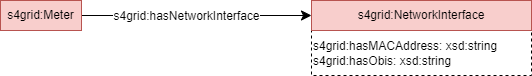
Before: documentation/diagrams/SAREF4GRID_Clock.png, a diagram exported from draw.io (Sergio-Carulli/saref4grid). Source tidied: cells renumbered, new cells last; positions are measured from the earlier drawing's top-left corner, leaving out a move shared by most shapes.
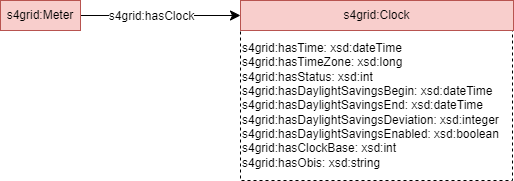
The same diagram one commit later.

Diff of the diagram source:
```diff
@@ -2,22 +2,20 @@
   <root>
     <mxCell id="0" />
     <mxCell id="1" parent="0" />
-    <mxCell id="2" value="s4grid:hasMACAddress: xsd:string&lt;br&gt;s4grid:hasObis: xsd:string" style="rounded=0;whiteSpace=wrap;html=1;dashed=1;align=left;" parent="1" vertex="1">
-      <mxGeometry x="311" y="30" width="220" height="45" as="geometry" />
+    <mxCell id="2" value="s4grid:hasTime: xsd:dateTime&lt;br style=&quot;border-color: var(--border-color);&quot;&gt;s4grid:hasTimeZone: xsd:long&lt;br style=&quot;border-color: var(--border-color);&quot;&gt;s4grid:hasStatus: xsd:int&lt;br style=&quot;border-color: var(--border-color);&quot;&gt;s4grid:hasDaylightSavingsBegin: xsd:dateTime&lt;br style=&quot;border-color: var(--border-color);&quot;&gt;s4grid:hasDaylightSavingsEnd: xsd:dateTime&lt;br style=&quot;border-color: var(--border-color);&quot;&gt;s4grid:hasDaylightSavingsDeviation: xsd:integer&lt;br style=&quot;border-color: var(--border-color);&quot;&gt;s4grid:hasDaylightSavingsEnabled: xsd:boolean&lt;br style=&quot;border-color: var(--border-color);&quot;&gt;s4grid:hasClockBase: xsd:int&lt;br style=&quot;border-color: var(--border-color);&quot;&gt;s4grid:hasObis: xsd:string" style="rounded=0;whiteSpace=wrap;html=1;dashed=1;align=left;" parent="1" vertex="1">
+      <mxGeometry x="311" y="30" width="272" height="150" as="geometry" />
     </mxCell>
-    <mxCell id="3" value="s4grid:NetworkInterface" style="rounded=0;whiteSpace=wrap;html=1;snapToPoint=1;points=[[0.1,0],[0.2,0],[0.3,0],[0.4,0],[0.5,0],[0.6,0],[0.7,0],[0.8,0],[0.9,0],[0,0.1],[0,0.3],[0,0.5],[0,0.7],[0,0.9],[0.1,1],[0.2,1],[0.3,1],[0.4,1],[0.5,1],[0.6,1],[0.7,1],[0.8,1],[0.9,1],[1,0.1],[1,0.3],[1,0.5],[1,0.7],[1,0.9]];fillColor=#f8cecc;strokeColor=#b85450;" parent="1" vertex="1">
-      <mxGeometry x="311" width="220" height="30" as="geometry" />
+    <mxCell id="3" value="s4grid:Clock" style="rounded=0;whiteSpace=wrap;html=1;snapToPoint=1;points=[[0.1,0],[0.2,0],[0.3,0],[0.4,0],[0.5,0],[0.6,0],[0.7,0],[0.8,0],[0.9,0],[0,0.1],[0,0.3],[0,0.5],[0,0.7],[0,0.9],[0.1,1],[0.2,1],[0.3,1],[0.4,1],[0.5,1],[0.6,1],[0.7,1],[0.8,1],[0.9,1],[1,0.1],[1,0.3],[1,0.5],[1,0.7],[1,0.9]];fillColor=#f8cecc;strokeColor=#b85450;" parent="1" vertex="1">
+      <mxGeometry x="311" width="273" height="30" as="geometry" />
     </mxCell>
     <mxCell id="4" style="endArrow=classic;html=1;exitX=1;exitY=0.5;exitDx=0;exitDy=0;entryX=0;entryY=0.5;entryDx=0;entryDy=0;endSize=8;arcSize=0;rounded=0;" parent="1" edge="1" source="6" target="3">
       <mxGeometry relative="1" as="geometry" />
     </mxCell>
-    <mxCell id="5" value="&lt;div&gt;s4grid:hasNetworkInterface&lt;/div&gt;" style="text;html=1;align=center;verticalAlign=middle;labelBackgroundColor=#ffffff;" parent="4" vertex="1">
-      <mxGeometry x="-0.13" relative="1" as="geometry">
-        <mxPoint x="4.2" as="offset" />
-      </mxGeometry>
+    <mxCell id="5" value="&lt;div&gt;s4grid:hasClock&lt;/div&gt;" style="text;html=1;align=center;verticalAlign=middle;labelBackgroundColor=#ffffff;" parent="4" vertex="1">
+      <mxGeometry x="-0.13" relative="1" as="geometry" />
     </mxCell>
     <mxCell id="6" value="s4grid:Meter" style="rounded=0;whiteSpace=wrap;html=1;snapToPoint=1;points=[[0.1,0],[0.2,0],[0.3,0],[0.4,0],[0.5,0],[0.6,0],[0.7,0],[0.8,0],[0.9,0],[0,0.1],[0,0.3],[0,0.5],[0,0.7],[0,0.9],[0.1,1],[0.2,1],[0.3,1],[0.4,1],[0.5,1],[0.6,1],[0.7,1],[0.8,1],[0.9,1],[1,0.1],[1,0.3],[1,0.5],[1,0.7],[1,0.9]];fillColor=#f8cecc;strokeColor=#b85450;" parent="1" vertex="1">
-      <mxGeometry width="81" height="30" as="geometry" />
+      <mxGeometry x="71" width="80" height="30" as="geometry" />
     </mxCell>
   </root>
 </mxGraphModel>
```
